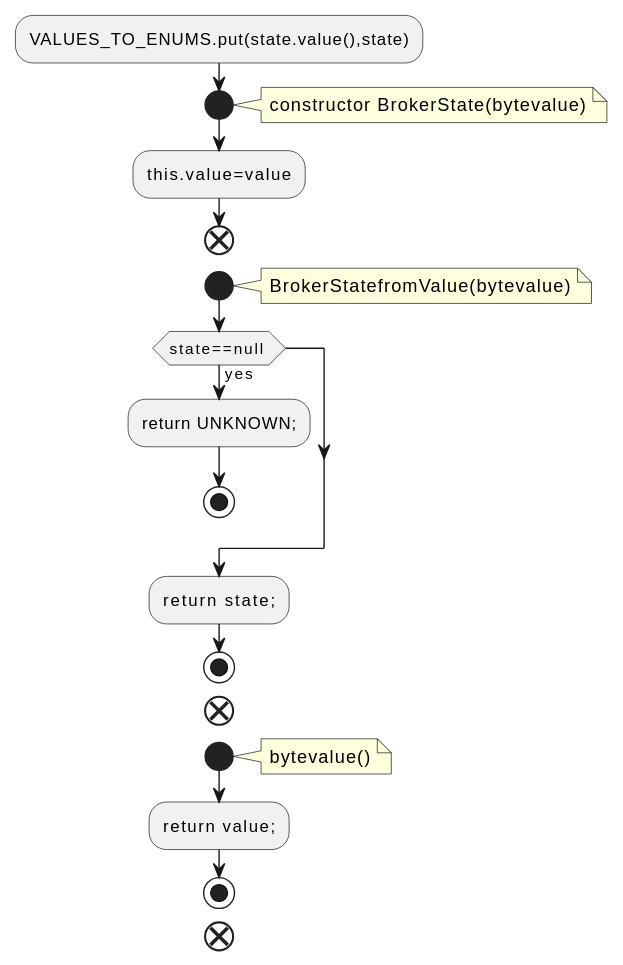
The PlantUML diagram docs/qc/metadata/src/main/java/org/apache/kafka/metadata/BrokerState.java.fct.svg in qualitesys/kafka, before a commit. The source it was exported from:
```plantuml
@startuml
!pragma layout smetana
:VALUES_TO_ENUMS.put(state.value(),state);
start
note right
constructor BrokerState(bytevalue)
end note
:this.value=value;
end
start
note right
BrokerStatefromValue(bytevalue)
end note
if (state==null ) then (yes)
:return UNKNOWN;;
stop
endif
:return state;;
stop
end
start
note right
bytevalue()
end note
:return value;;
stop
end
@enduml
```
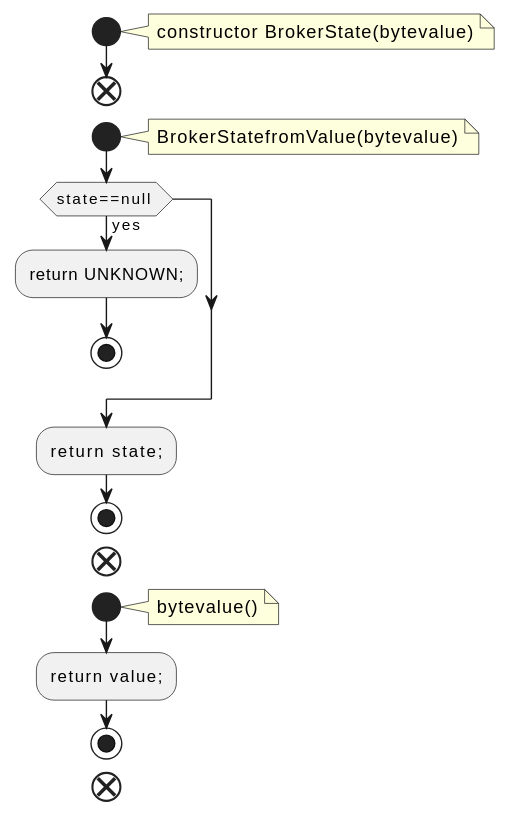
The same file after the commit.

What changed in the source:
```diff
@@ -1,11 +1,9 @@
 @startuml
 !pragma layout smetana
-:VALUES_TO_ENUMS.put(state.value(),state);
 start
 note right
 constructor BrokerState(bytevalue)
 end note
-:this.value=value;
 end
 start
 note right
```
